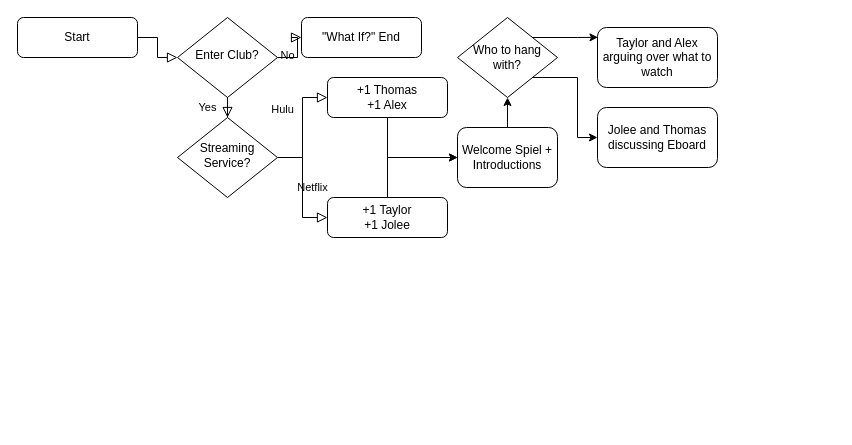
misstify/sf4m keeps this draw.io diagram as Untitled Diagram.drawio. Above is the earlier version. Source tidied: cells renumbered, new cells numbered last; positions are measured from the earlier drawing's top-left corner, leaving out a move shared by most shapes. Both pictures are drawn from the tidied source at 100%, with x=0, y=0 at pixel (17, 17).
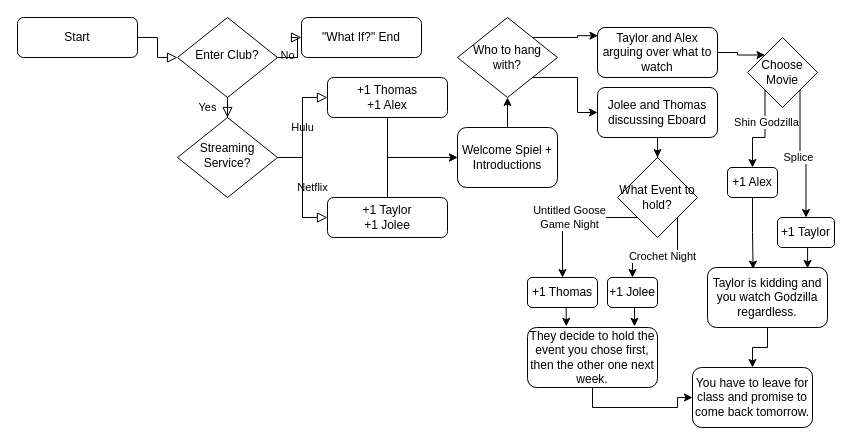
After the change.

Unchanged cells that the change refers to:
```xml
<mxCell id="10" value="Streaming Service?" style="rhombus;whiteSpace=wrap;html=1;shadow=0;fontFamily=Helvetica;fontSize=12;align=center;strokeWidth=1;spacing=6;spacingTop=-4;" parent="1" vertex="1">
  <mxGeometry x="160" y="100" width="100" height="80" as="geometry" />
</mxCell>
<mxCell id="12" value="+1 Thomas&lt;br&gt;+1 Alex" style="rounded=1;whiteSpace=wrap;html=1;fontSize=12;glass=0;strokeWidth=1;shadow=0;" parent="1" vertex="1">
  <mxGeometry x="310" y="60" width="120" height="40" as="geometry" />
</mxCell>
```

What changed in the source:
```diff
@@
-    <mxCell id="8" value="Hulu" style="rounded=0;html=1;jettySize=auto;fontSize=11;endArrow=block;endFill=0;endSize=8;strokeWidth=1;shadow=0;labelBackgroundColor=none;edgeStyle=orthogonalEdgeStyle;" parent="1" edge="1" source="10" target="12">
-      <mxGeometry x="0.33" y="20" relative="1" as="geometry" />
+    <mxCell id="8" value="&lt;div&gt;Hulu&lt;/div&gt;" style="rounded=0;html=1;jettySize=auto;fontSize=11;endArrow=block;endFill=0;endSize=8;strokeWidth=1;shadow=0;labelBackgroundColor=none;edgeStyle=orthogonalEdgeStyle;" parent="1" edge="1" source="10" target="12">
+      <mxGeometry relative="1" as="geometry" />
     </mxCell>
@@
+    <mxCell id="22" style="edgeStyle=orthogonalEdgeStyle;rounded=0;jettySize=auto;html=1;exitX=1;exitY=0.5;exitDx=0;exitDy=0;entryX=0;entryY=0;entryDx=0;entryDy=0;" parent="1" edge="1" source="20" target="28">
+      <mxGeometry relative="1" as="geometry" />
+    </mxCell>
     <mxCell id="20" value="Taylor and Alex arguing over what to watch" style="rounded=1;whiteSpace=wrap;html=1;" parent="1" vertex="1">
-      <mxGeometry x="580" y="10" width="120" height="60" as="geometry" />
+      <mxGeometry x="580" y="10" width="120" height="50" as="geometry" />
     </mxCell>
+    <mxCell id="23" style="edgeStyle=orthogonalEdgeStyle;rounded=0;jettySize=auto;html=1;exitX=0.5;exitY=1;exitDx=0;exitDy=0;" parent="1" edge="1" source="21" target="36">
+      <mxGeometry relative="1" as="geometry" />
+    </mxCell>
     <mxCell id="21" value="Jolee and Thomas discussing Eboard" style="rounded=1;whiteSpace=wrap;html=1;" parent="1" vertex="1">
-      <mxGeometry x="580" y="90" width="120" height="60" as="geometry" />
+      <mxGeometry x="580" y="70" width="120" height="50" as="geometry" />
     </mxCell>
+    <mxCell id="24" style="edgeStyle=orthogonalEdgeStyle;rounded=0;jettySize=auto;html=1;exitX=1;exitY=1;exitDx=0;exitDy=0;entryX=0.5;entryY=0;entryDx=0;entryDy=0;" parent="1" edge="1" source="28" target="30">
+      <mxGeometry relative="1" as="geometry" />
+    </mxCell>
+    <mxCell id="25" value="Splice" style="edgeLabel;html=1;align=center;verticalAlign=middle;" parent="24" vertex="1">
+      <mxGeometry y="-2" relative="1" as="geometry" />
+    </mxCell>
+    <mxCell id="26" style="edgeStyle=orthogonalEdgeStyle;rounded=0;jettySize=auto;html=1;exitX=0;exitY=1;exitDx=0;exitDy=0;entryX=0.5;entryY=0;entryDx=0;entryDy=0;" parent="1" edge="1" source="28" target="32">
+      <mxGeometry relative="1" as="geometry" />
+    </mxCell>
+    <mxCell id="27" value="Shin Godzilla" style="edgeLabel;html=1;align=center;verticalAlign=middle;" parent="26" vertex="1">
+      <mxGeometry x="-0.28" y="1" relative="1" as="geometry" />
+    </mxCell>
+    <mxCell id="28" value="Choose Movie" style="rhombus;whiteSpace=wrap;html=1;" parent="1" vertex="1">
+      <mxGeometry x="730" y="20" width="70" height="70" as="geometry" />
+    </mxCell>
+    <mxCell id="29" style="edgeStyle=orthogonalEdgeStyle;rounded=0;jettySize=auto;html=1;exitX=0.5;exitY=1;exitDx=0;exitDy=0;entryX=0.834;entryY=0.015;entryDx=0;entryDy=0;entryPerimeter=0;" parent="1" edge="1" source="30" target="42">
+      <mxGeometry relative="1" as="geometry" />
+    </mxCell>
+    <mxCell id="30" value="+1 Taylor" style="rounded=1;whiteSpace=wrap;html=1;" parent="1" vertex="1">
+      <mxGeometry x="760" y="200" width="57" height="30" as="geometry" />
+    </mxCell>
+    <mxCell id="31" style="edgeStyle=orthogonalEdgeStyle;rounded=0;jettySize=auto;html=1;exitX=0.5;exitY=1;exitDx=0;exitDy=0;entryX=0.38;entryY=0.026;entryDx=0;entryDy=0;entryPerimeter=0;" parent="1" edge="1" source="32" target="42">
+      <mxGeometry relative="1" as="geometry" />
+    </mxCell>
+    <mxCell id="32" value="+1 Alex" style="rounded=1;whiteSpace=wrap;html=1;" parent="1" vertex="1">
+      <mxGeometry x="710" y="150" width="50" height="30" as="geometry" />
+    </mxCell>
+    <mxCell id="33" value="Untitled Goose&lt;br&gt;Game Night" style="edgeStyle=orthogonalEdgeStyle;rounded=0;jettySize=auto;html=1;exitX=0;exitY=1;exitDx=0;exitDy=0;entryX=0.5;entryY=0;entryDx=0;entryDy=0;" parent="1" edge="1" source="36" target="38">
+      <mxGeometry relative="1" as="geometry" />
+    </mxCell>
+    <mxCell id="34" style="edgeStyle=orthogonalEdgeStyle;rounded=0;jettySize=auto;html=1;exitX=1;exitY=1;exitDx=0;exitDy=0;entryX=0.5;entryY=0;entryDx=0;entryDy=0;" parent="1" edge="1" source="36" target="40">
+      <mxGeometry relative="1" as="geometry" />
+    </mxCell>
+    <mxCell id="35" value="Crochet Night" style="edgeLabel;html=1;align=center;verticalAlign=middle;" parent="34" vertex="1">
+      <mxGeometry x="0.06" y="-2" relative="1" as="geometry" />
+    </mxCell>
+    <mxCell id="36" value="What Event to hold?" style="rhombus;whiteSpace=wrap;html=1;" parent="1" vertex="1">
+      <mxGeometry x="600" y="140" width="80" height="80" as="geometry" />
+    </mxCell>
+    <mxCell id="37" style="edgeStyle=orthogonalEdgeStyle;rounded=0;jettySize=auto;html=1;exitX=0.5;exitY=1;exitDx=0;exitDy=0;entryX=0.298;entryY=-0.02;entryDx=0;entryDy=0;entryPerimeter=0;" parent="1" edge="1" source="38" target="44">
+      <mxGeometry relative="1" as="geometry" />
+    </mxCell>
+    <mxCell id="38" value="+1 Thomas" style="rounded=1;whiteSpace=wrap;html=1;" parent="1" vertex="1">
+      <mxGeometry x="510" y="260" width="70" height="30" as="geometry" />
+    </mxCell>
+    <mxCell id="39" style="edgeStyle=orthogonalEdgeStyle;rounded=0;jettySize=auto;html=1;exitX=0.5;exitY=1;exitDx=0;exitDy=0;entryX=0.823;entryY=-0.02;entryDx=0;entryDy=0;entryPerimeter=0;" parent="1" edge="1" source="40" target="44">
+      <mxGeometry relative="1" as="geometry" />
+    </mxCell>
+    <mxCell id="40" value="+1 Jolee" style="rounded=1;whiteSpace=wrap;html=1;" parent="1" vertex="1">
+      <mxGeometry x="590" y="260" width="50" height="30" as="geometry" />
+    </mxCell>
+    <mxCell id="41" style="edgeStyle=orthogonalEdgeStyle;rounded=0;jettySize=auto;html=1;" parent="1" edge="1" source="42" target="45">
+      <mxGeometry relative="1" as="geometry" />
+    </mxCell>
+    <mxCell id="42" value="Taylor is kidding and you watch Godzilla regardless." style="rounded=1;whiteSpace=wrap;html=1;" parent="1" vertex="1">
+      <mxGeometry x="690" y="250" width="120" height="60" as="geometry" />
+    </mxCell>
+    <mxCell id="43" style="edgeStyle=orthogonalEdgeStyle;rounded=0;jettySize=auto;html=1;exitX=0.5;exitY=1;exitDx=0;exitDy=0;" parent="1" edge="1" source="44" target="45">
+      <mxGeometry relative="1" as="geometry" />
+    </mxCell>
+    <mxCell id="44" value="They decide to hold the event you chose first, then the other one next week." style="rounded=1;whiteSpace=wrap;html=1;" parent="1" vertex="1">
+      <mxGeometry x="510" y="310" width="130" height="60" as="geometry" />
+    </mxCell>
+    <mxCell id="45" value="You have to leave for class and promise to come back tomorrow." style="rounded=1;whiteSpace=wrap;html=1;" parent="1" vertex="1">
+      <mxGeometry x="675" y="350" width="120" height="60" as="geometry" />
+    </mxCell>
```
